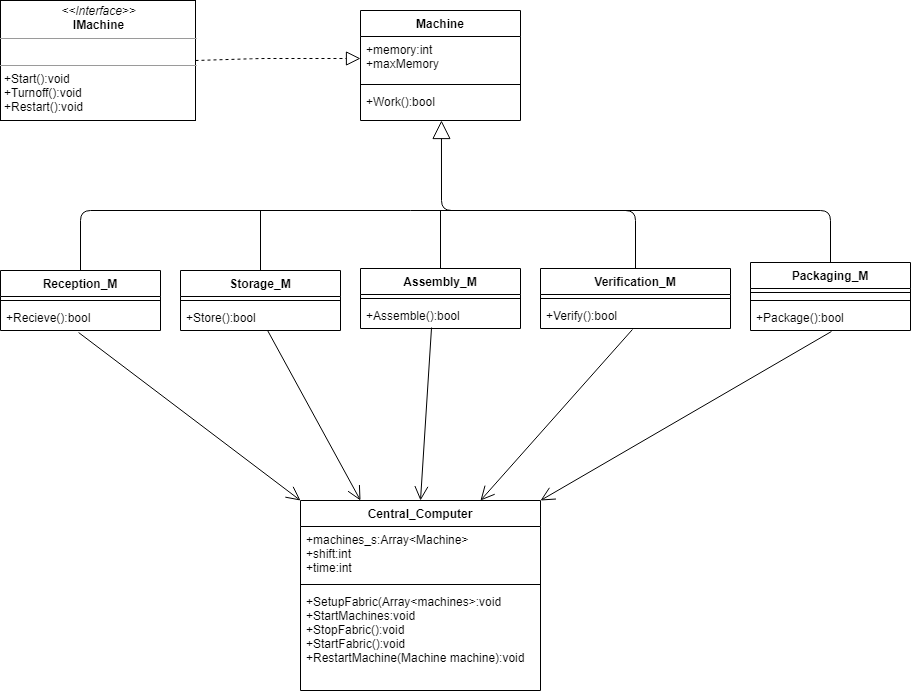
ICC3101-202010/laboratorio-04-julio-Cortes keeps this draw.io diagram as Docs/Parte 3.png. Above is the earlier version. Source tidied: cells renumbered, new cells last; positions are measured from the earlier drawing's top-left corner, leaving out a move shared by most shapes. The source it was exported from:
```xml
<mxGraphModel>
  <root>
    <mxCell id="0" />
    <mxCell id="1" parent="0" />
    <mxCell id="2" value="&lt;br&gt;" style="endArrow=block;endSize=16;endFill=0;html=1;entryX=0.506;entryY=1;entryDx=0;entryDy=0;entryPerimeter=0;" parent="1" edge="1" target="34">
      <mxGeometry y="70" relative="1" as="geometry">
        <mxPoint x="681" y="210" as="sourcePoint" />
        <Array as="points">
          <mxPoint x="441" y="210" />
        </Array>
      </mxGeometry>
    </mxCell>
    <mxCell id="3" style="endArrow=none;html=1;exitX=0.5;exitY=0;exitDx=0;exitDy=0;" parent="1" edge="1" source="5">
      <mxGeometry relative="1" as="geometry">
        <mxPoint x="410" y="210" as="targetPoint" />
        <Array as="points">
          <mxPoint x="80" y="210" />
        </Array>
      </mxGeometry>
    </mxCell>
    <mxCell id="4" style="endArrow=none;html=1;entryX=0.5;entryY=0;entryDx=0;entryDy=0;" parent="1" edge="1" target="16">
      <mxGeometry relative="1" as="geometry">
        <mxPoint x="410" y="210" as="sourcePoint" />
        <Array as="points">
          <mxPoint x="635" y="210" />
        </Array>
      </mxGeometry>
    </mxCell>
    <mxCell id="5" value="Reception_M" style="swimlane;fontStyle=1;align=center;verticalAlign=top;horizontal=1;startSize=26;" parent="1" vertex="1">
      <mxGeometry y="270" width="160" height="60" as="geometry" />
    </mxCell>
    <mxCell id="6" style="line;strokeWidth=1;fillColor=none;align=left;verticalAlign=middle;spacingTop=-1;spacingLeft=3;spacingRight=3;labelPosition=right;" parent="5" vertex="1">
      <mxGeometry y="26" width="160" height="8" as="geometry" />
    </mxCell>
    <mxCell id="7" value="+Recieve():bool" style="text;strokeColor=none;fillColor=none;align=left;verticalAlign=top;spacingLeft=4;spacingRight=4;overflow=hidden;points=[[0,0.5],[1,0.5]];portConstraint=eastwest;" parent="5" vertex="1">
      <mxGeometry y="34" width="160" height="26" as="geometry" />
    </mxCell>
    <mxCell id="8" value="Storage_M" style="swimlane;fontStyle=1;align=center;verticalAlign=top;horizontal=1;startSize=26;" parent="1" vertex="1">
      <mxGeometry x="180" y="270" width="160" height="60" as="geometry" />
    </mxCell>
    <mxCell id="9" style="line;strokeWidth=1;fillColor=none;align=left;verticalAlign=middle;spacingTop=-1;spacingLeft=3;spacingRight=3;labelPosition=right;" parent="8" vertex="1">
      <mxGeometry y="26" width="160" height="8" as="geometry" />
    </mxCell>
    <mxCell id="10" value="+Store():bool" style="text;strokeColor=none;fillColor=none;align=left;verticalAlign=top;spacingLeft=4;spacingRight=4;overflow=hidden;points=[[0,0.5],[1,0.5]];portConstraint=eastwest;" parent="8" vertex="1">
      <mxGeometry y="34" width="160" height="26" as="geometry" />
    </mxCell>
    <mxCell id="11" style="endArrow=none;html=1;entryX=0.5;entryY=0;entryDx=0;entryDy=0;" parent="1" edge="1" target="8">
      <mxGeometry relative="1" as="geometry">
        <mxPoint x="260" y="210" as="sourcePoint" />
      </mxGeometry>
    </mxCell>
    <mxCell id="12" value="Assembly_M" style="swimlane;fontStyle=1;align=center;verticalAlign=top;horizontal=1;startSize=26;" parent="1" vertex="1">
      <mxGeometry x="360" y="268" width="160" height="60" as="geometry" />
    </mxCell>
    <mxCell id="13" style="line;strokeWidth=1;fillColor=none;align=left;verticalAlign=middle;spacingTop=-1;spacingLeft=3;spacingRight=3;labelPosition=right;" parent="12" vertex="1">
      <mxGeometry y="26" width="160" height="8" as="geometry" />
    </mxCell>
    <mxCell id="14" value="+Assemble():bool" style="text;strokeColor=none;fillColor=none;align=left;verticalAlign=top;spacingLeft=4;spacingRight=4;overflow=hidden;points=[[0,0.5],[1,0.5]];portConstraint=eastwest;" parent="12" vertex="1">
      <mxGeometry y="34" width="160" height="26" as="geometry" />
    </mxCell>
    <mxCell id="15" style="endArrow=none;html=1;entryX=0.5;entryY=0;entryDx=0;entryDy=0;" parent="1" edge="1" target="12">
      <mxGeometry relative="1" as="geometry">
        <mxPoint x="440" y="210" as="sourcePoint" />
      </mxGeometry>
    </mxCell>
    <mxCell id="16" value="Verification_M" style="swimlane;fontStyle=1;align=center;verticalAlign=top;horizontal=1;startSize=26;" parent="1" vertex="1">
      <mxGeometry x="540" y="268" width="190" height="60" as="geometry" />
    </mxCell>
    <mxCell id="17" style="line;strokeWidth=1;fillColor=none;align=left;verticalAlign=middle;spacingTop=-1;spacingLeft=3;spacingRight=3;labelPosition=right;" parent="16" vertex="1">
      <mxGeometry y="26" width="190" height="8" as="geometry" />
    </mxCell>
    <mxCell id="18" value="+Verify():bool" style="text;strokeColor=none;fillColor=none;align=left;verticalAlign=top;spacingLeft=4;spacingRight=4;overflow=hidden;points=[[0,0.5],[1,0.5]];portConstraint=eastwest;" parent="16" vertex="1">
      <mxGeometry y="34" width="190" height="26" as="geometry" />
    </mxCell>
    <mxCell id="19" style="endArrow=none;html=1;entryX=0.5;entryY=0;entryDx=0;entryDy=0;" parent="1" edge="1" target="27">
      <mxGeometry relative="1" as="geometry">
        <mxPoint x="420" y="210" as="sourcePoint" />
        <Array as="points">
          <mxPoint x="830" y="210" />
        </Array>
      </mxGeometry>
    </mxCell>
    <mxCell id="20" value="&lt;p style=&quot;margin: 0px ; margin-top: 4px ; text-align: center&quot;&gt;&lt;i&gt;&amp;lt;&amp;lt;Interface&amp;gt;&amp;gt;&lt;/i&gt;&lt;br&gt;&lt;b&gt;IMachine&lt;/b&gt;&lt;/p&gt;&lt;hr size=&quot;1&quot;&gt;&lt;p style=&quot;margin: 0px ; margin-left: 4px&quot;&gt;&lt;br&gt;&lt;/p&gt;&lt;hr size=&quot;1&quot;&gt;&lt;p style=&quot;margin: 0px ; margin-left: 4px&quot;&gt;+Start():void&lt;/p&gt;&lt;p style=&quot;margin: 0px ; margin-left: 4px&quot;&gt;+Turnoff():void&lt;/p&gt;&lt;p style=&quot;margin: 0px ; margin-left: 4px&quot;&gt;+Restart():void&lt;/p&gt;" style="verticalAlign=top;align=left;overflow=fill;fontSize=12;fontFamily=Helvetica;html=1;" parent="1" vertex="1">
      <mxGeometry width="195" height="120" as="geometry" />
    </mxCell>
    <mxCell id="21" style="endArrow=open;endFill=1;endSize=12;html=1;exitX=0.488;exitY=1.077;exitDx=0;exitDy=0;entryX=0;entryY=0;entryDx=0;entryDy=0;exitPerimeter=0;" parent="1" edge="1" source="7" target="35">
      <mxGeometry relative="1" as="geometry" />
    </mxCell>
    <mxCell id="22" style="endArrow=open;endFill=1;endSize=12;html=1;entryX=0.25;entryY=0;entryDx=0;entryDy=0;" parent="1" edge="1" source="10" target="35">
      <mxGeometry relative="1" as="geometry" />
    </mxCell>
    <mxCell id="23" style="endArrow=open;endFill=1;endSize=12;html=1;exitX=0.444;exitY=0.962;exitDx=0;exitDy=0;entryX=0.5;entryY=0;entryDx=0;entryDy=0;exitPerimeter=0;" parent="1" edge="1" source="14" target="35">
      <mxGeometry relative="1" as="geometry" />
    </mxCell>
    <mxCell id="24" style="endArrow=open;endFill=1;endSize=12;html=1;exitX=0.484;exitY=1.038;exitDx=0;exitDy=0;entryX=0.75;entryY=0;entryDx=0;entryDy=0;exitPerimeter=0;" parent="1" edge="1" source="18" target="35">
      <mxGeometry relative="1" as="geometry" />
    </mxCell>
    <mxCell id="25" style="endArrow=open;endFill=1;endSize=12;html=1;exitX=0.506;exitY=1.038;exitDx=0;exitDy=0;entryX=1;entryY=0;entryDx=0;entryDy=0;exitPerimeter=0;" parent="1" edge="1" source="30" target="35">
      <mxGeometry relative="1" as="geometry" />
    </mxCell>
    <mxCell id="26" style="endArrow=block;dashed=1;endFill=0;endSize=12;html=1;entryX=0;entryY=0.5;entryDx=0;entryDy=0;exitX=1;exitY=0.5;exitDx=0;exitDy=0;" parent="1" edge="1" source="20" target="32">
      <mxGeometry relative="1" as="geometry">
        <Array as="points">
          <mxPoint x="260" y="58" />
        </Array>
      </mxGeometry>
    </mxCell>
    <mxCell id="27" value="Packaging_M" style="swimlane;fontStyle=1;align=center;verticalAlign=top;horizontal=1;startSize=26;" parent="1" vertex="1">
      <mxGeometry x="750" y="262" width="160" height="68" as="geometry" />
    </mxCell>
    <mxCell id="28" style="line;strokeWidth=1;fillColor=none;align=left;verticalAlign=middle;spacingTop=-1;spacingLeft=3;spacingRight=3;labelPosition=right;" parent="27" vertex="1">
      <mxGeometry y="26" width="160" height="8" as="geometry" />
    </mxCell>
    <mxCell id="29" style="line;strokeWidth=1;fillColor=none;align=left;verticalAlign=middle;spacingTop=-1;spacingLeft=3;spacingRight=3;labelPosition=right;" parent="27" vertex="1">
      <mxGeometry y="34" width="160" height="8" as="geometry" />
    </mxCell>
    <mxCell id="30" value="+Package():bool" style="text;strokeColor=none;fillColor=none;align=left;verticalAlign=top;spacingLeft=4;spacingRight=4;overflow=hidden;points=[[0,0.5],[1,0.5]];portConstraint=eastwest;" parent="27" vertex="1">
      <mxGeometry y="42" width="160" height="26" as="geometry" />
    </mxCell>
    <mxCell id="31" value="Machine" style="swimlane;fontStyle=1;align=center;verticalAlign=top;horizontal=1;startSize=26;" parent="1" vertex="1">
      <mxGeometry x="360" y="10" width="160" height="110" as="geometry" />
    </mxCell>
    <mxCell id="32" value="+memory:int&#10;+maxMemory" style="text;strokeColor=none;fillColor=none;align=left;verticalAlign=top;spacingLeft=4;spacingRight=4;overflow=hidden;points=[[0,0.5],[1,0.5]];portConstraint=eastwest;" parent="31" vertex="1">
      <mxGeometry y="26" width="160" height="44" as="geometry" />
    </mxCell>
    <mxCell id="33" style="line;strokeWidth=1;fillColor=none;align=left;verticalAlign=middle;spacingTop=-1;spacingLeft=3;spacingRight=3;labelPosition=right;" parent="31" vertex="1">
      <mxGeometry y="70" width="160" height="8" as="geometry" />
    </mxCell>
    <mxCell id="34" value="+Work():bool" style="text;strokeColor=none;fillColor=none;align=left;verticalAlign=top;spacingLeft=4;spacingRight=4;overflow=hidden;points=[[0,0.5],[1,0.5]];portConstraint=eastwest;" parent="31" vertex="1">
      <mxGeometry y="78" width="160" height="32" as="geometry" />
    </mxCell>
    <mxCell id="35" value="Central_Computer" style="swimlane;fontStyle=1;align=center;verticalAlign=top;horizontal=1;startSize=26;" parent="1" vertex="1">
      <mxGeometry x="300" y="500" width="240" height="190" as="geometry" />
    </mxCell>
    <mxCell id="36" value="+machines_s:Array&lt;Machine&gt;&#10;+shift:int&#10;+time:int&#10;" style="text;strokeColor=none;fillColor=none;align=left;verticalAlign=top;spacingLeft=4;spacingRight=4;overflow=hidden;points=[[0,0.5],[1,0.5]];portConstraint=eastwest;" parent="35" vertex="1">
      <mxGeometry y="26" width="240" height="54" as="geometry" />
    </mxCell>
    <mxCell id="37" style="line;strokeWidth=1;fillColor=none;align=left;verticalAlign=middle;spacingTop=-1;spacingLeft=3;spacingRight=3;labelPosition=right;" parent="35" vertex="1">
      <mxGeometry y="80" width="240" height="8" as="geometry" />
    </mxCell>
    <mxCell id="38" value="+SetupFabric(Array&lt;machines&gt;:void&#10;+StartMachines:void&#10;+StopFabric():void&#10;+StartFabric():void&#10;+RestartMachine(Machine machine):void" style="text;strokeColor=none;fillColor=none;align=left;verticalAlign=top;spacingLeft=4;spacingRight=4;overflow=hidden;" parent="35" vertex="1">
      <mxGeometry y="88" width="240" height="102" as="geometry" />
    </mxCell>
  </root>
</mxGraphModel>
```
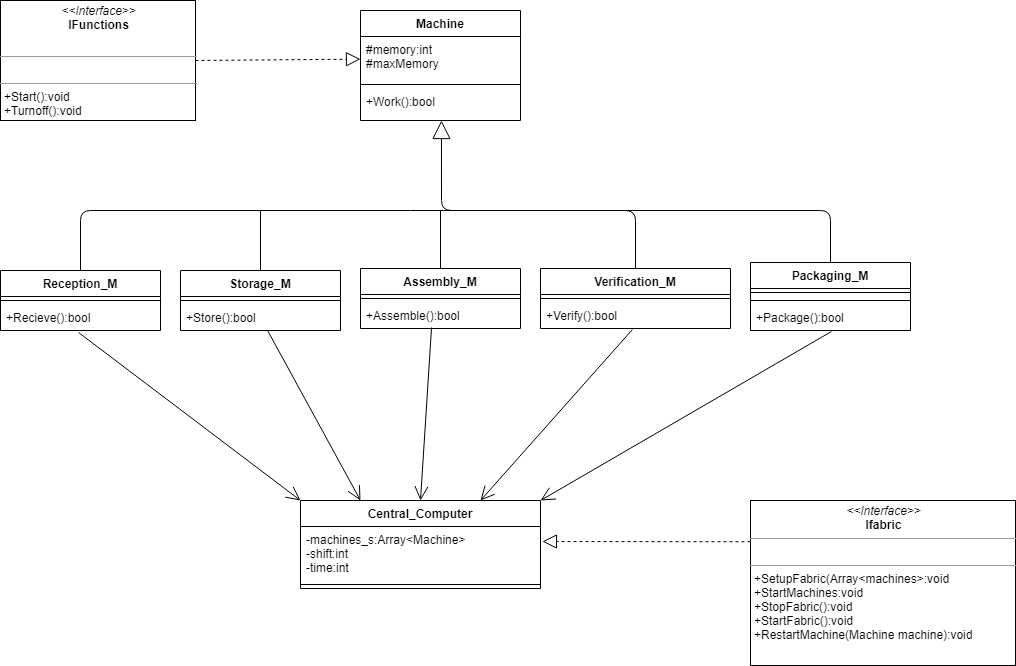
Above is the later version.

The edit, as a diff of the source:
```diff
@@ -80,7 +80,7 @@
         </Array>
       </mxGeometry>
     </mxCell>
-    <mxCell id="20" value="&lt;p style=&quot;margin: 0px ; margin-top: 4px ; text-align: center&quot;&gt;&lt;i&gt;&amp;lt;&amp;lt;Interface&amp;gt;&amp;gt;&lt;/i&gt;&lt;br&gt;&lt;b&gt;IMachine&lt;/b&gt;&lt;/p&gt;&lt;hr size=&quot;1&quot;&gt;&lt;p style=&quot;margin: 0px ; margin-left: 4px&quot;&gt;&lt;br&gt;&lt;/p&gt;&lt;hr size=&quot;1&quot;&gt;&lt;p style=&quot;margin: 0px ; margin-left: 4px&quot;&gt;+Start():void&lt;/p&gt;&lt;p style=&quot;margin: 0px ; margin-left: 4px&quot;&gt;+Turnoff():void&lt;/p&gt;&lt;p style=&quot;margin: 0px ; margin-left: 4px&quot;&gt;+Restart():void&lt;/p&gt;" style="verticalAlign=top;align=left;overflow=fill;fontSize=12;fontFamily=Helvetica;html=1;" parent="1" vertex="1">
+    <mxCell id="20" value="&lt;p style=&quot;margin: 0px ; margin-top: 4px ; text-align: center&quot;&gt;&lt;i&gt;&amp;lt;&amp;lt;Interface&amp;gt;&amp;gt;&lt;/i&gt;&lt;br&gt;&lt;b&gt;IFunctions&lt;/b&gt;&lt;/p&gt;&lt;p style=&quot;margin: 0px ; margin-top: 4px ; text-align: center&quot;&gt;&lt;b&gt;&lt;br&gt;&lt;/b&gt;&lt;/p&gt;&lt;hr size=&quot;1&quot;&gt;&lt;p style=&quot;margin: 0px ; margin-left: 4px&quot;&gt;&lt;br&gt;&lt;/p&gt;&lt;hr size=&quot;1&quot;&gt;&lt;p style=&quot;margin: 0px ; margin-left: 4px&quot;&gt;+Start():void&lt;/p&gt;&lt;p style=&quot;margin: 0px ; margin-left: 4px&quot;&gt;+Turnoff():void&lt;/p&gt;&lt;p style=&quot;margin: 0px ; margin-left: 4px&quot;&gt;+Restart():void&lt;/p&gt;" style="verticalAlign=top;align=left;overflow=fill;fontSize=12;fontFamily=Helvetica;html=1;" parent="1" vertex="1">
       <mxGeometry width="195" height="120" as="geometry" />
     </mxCell>
     <mxCell id="21" style="endArrow=open;endFill=1;endSize=12;html=1;exitX=0.488;exitY=1.077;exitDx=0;exitDy=0;entryX=0;entryY=0;entryDx=0;entryDy=0;exitPerimeter=0;" parent="1" edge="1" source="7" target="35">
@@ -98,13 +98,6 @@
     <mxCell id="25" style="endArrow=open;endFill=1;endSize=12;html=1;exitX=0.506;exitY=1.038;exitDx=0;exitDy=0;entryX=1;entryY=0;entryDx=0;entryDy=0;exitPerimeter=0;" parent="1" edge="1" source="30" target="35">
       <mxGeometry relative="1" as="geometry" />
     </mxCell>
-    <mxCell id="26" style="endArrow=block;dashed=1;endFill=0;endSize=12;html=1;entryX=0;entryY=0.5;entryDx=0;entryDy=0;exitX=1;exitY=0.5;exitDx=0;exitDy=0;" parent="1" edge="1" source="20" target="32">
-      <mxGeometry relative="1" as="geometry">
-        <Array as="points">
-          <mxPoint x="260" y="58" />
-        </Array>
-      </mxGeometry>
-    </mxCell>
     <mxCell id="27" value="Packaging_M" style="swimlane;fontStyle=1;align=center;verticalAlign=top;horizontal=1;startSize=26;" parent="1" vertex="1">
       <mxGeometry x="750" y="262" width="160" height="68" as="geometry" />
     </mxCell>
@@ -120,7 +113,7 @@
     <mxCell id="31" value="Machine" style="swimlane;fontStyle=1;align=center;verticalAlign=top;horizontal=1;startSize=26;" parent="1" vertex="1">
       <mxGeometry x="360" y="10" width="160" height="110" as="geometry" />
     </mxCell>
-    <mxCell id="32" value="+memory:int&#10;+maxMemory" style="text;strokeColor=none;fillColor=none;align=left;verticalAlign=top;spacingLeft=4;spacingRight=4;overflow=hidden;points=[[0,0.5],[1,0.5]];portConstraint=eastwest;" parent="31" vertex="1">
+    <mxCell id="32" value="#memory:int&#10;#maxMemory" style="text;strokeColor=none;fillColor=none;align=left;verticalAlign=top;spacingLeft=4;spacingRight=4;overflow=hidden;points=[[0,0.5],[1,0.5]];portConstraint=eastwest;" parent="31" vertex="1">
       <mxGeometry y="26" width="160" height="44" as="geometry" />
     </mxCell>
     <mxCell id="33" style="line;strokeWidth=1;fillColor=none;align=left;verticalAlign=middle;spacingTop=-1;spacingLeft=3;spacingRight=3;labelPosition=right;" parent="31" vertex="1">
@@ -130,16 +123,22 @@
       <mxGeometry y="78" width="160" height="32" as="geometry" />
     </mxCell>
     <mxCell id="35" value="Central_Computer" style="swimlane;fontStyle=1;align=center;verticalAlign=top;horizontal=1;startSize=26;" parent="1" vertex="1">
-      <mxGeometry x="300" y="500" width="240" height="190" as="geometry" />
+      <mxGeometry x="300" y="500" width="240" height="88" as="geometry" />
     </mxCell>
-    <mxCell id="36" value="+machines_s:Array&lt;Machine&gt;&#10;+shift:int&#10;+time:int&#10;" style="text;strokeColor=none;fillColor=none;align=left;verticalAlign=top;spacingLeft=4;spacingRight=4;overflow=hidden;points=[[0,0.5],[1,0.5]];portConstraint=eastwest;" parent="35" vertex="1">
+    <mxCell id="36" value="-machines_s:Array&lt;Machine&gt;&#10;-shift:int&#10;-time:int&#10;" style="text;strokeColor=none;fillColor=none;align=left;verticalAlign=top;spacingLeft=4;spacingRight=4;overflow=hidden;points=[[0,0.5],[1,0.5]];portConstraint=eastwest;" parent="35" vertex="1">
       <mxGeometry y="26" width="240" height="54" as="geometry" />
     </mxCell>
     <mxCell id="37" style="line;strokeWidth=1;fillColor=none;align=left;verticalAlign=middle;spacingTop=-1;spacingLeft=3;spacingRight=3;labelPosition=right;" parent="35" vertex="1">
       <mxGeometry y="80" width="240" height="8" as="geometry" />
     </mxCell>
-    <mxCell id="38" value="+SetupFabric(Array&lt;machines&gt;:void&#10;+StartMachines:void&#10;+StopFabric():void&#10;+StartFabric():void&#10;+RestartMachine(Machine machine):void" style="text;strokeColor=none;fillColor=none;align=left;verticalAlign=top;spacingLeft=4;spacingRight=4;overflow=hidden;" parent="35" vertex="1">
-      <mxGeometry y="88" width="240" height="102" as="geometry" />
-    </mxCell>
+    <mxCell id="39" value="&lt;p style=&quot;margin: 0px ; margin-top: 4px ; text-align: center&quot;&gt;&lt;i&gt;&amp;lt;&amp;lt;Interface&amp;gt;&amp;gt;&lt;/i&gt;&lt;br&gt;&lt;b&gt;Ifabric&lt;/b&gt;&lt;/p&gt;&lt;hr size=&quot;1&quot;&gt;&lt;p style=&quot;margin: 0px ; margin-left: 4px&quot;&gt;&lt;br&gt;&lt;/p&gt;&lt;hr size=&quot;1&quot;&gt;&lt;p style=&quot;margin: 0px ; margin-left: 4px&quot;&gt;+SetupFabric(Array&amp;lt;machines&amp;gt;:void&lt;br style=&quot;padding: 0px ; margin: 0px&quot;&gt;+StartMachines:void&lt;br style=&quot;padding: 0px ; margin: 0px&quot;&gt;+StopFabric():void&lt;br style=&quot;padding: 0px ; margin: 0px&quot;&gt;+StartFabric():void&lt;br style=&quot;padding: 0px ; margin: 0px&quot;&gt;+RestartMachine(Machine machine):void&lt;/p&gt;" style="verticalAlign=top;align=left;overflow=fill;fontSize=12;fontFamily=Helvetica;html=1;" parent="1" vertex="1">
+      <mxGeometry x="750" y="500" width="265" height="165" as="geometry" />
+    </mxCell>
+    <mxCell id="40" style="endArrow=block;dashed=1;endFill=0;endSize=12;html=1;exitX=0;exitY=0.25;exitDx=0;exitDy=0;entryX=1.008;entryY=0.278;entryDx=0;entryDy=0;entryPerimeter=0;" parent="1" edge="1" source="39" target="36">
+      <mxGeometry relative="1" as="geometry" />
+    </mxCell>
+    <mxCell id="26" style="endArrow=block;dashed=1;endFill=0;endSize=12;html=1;exitX=1;exitY=0.5;exitDx=0;exitDy=0;" parent="1" edge="1" source="20" target="32">
+      <mxGeometry relative="1" as="geometry" />
+    </mxCell>
   </root>
 </mxGraphModel>
```
